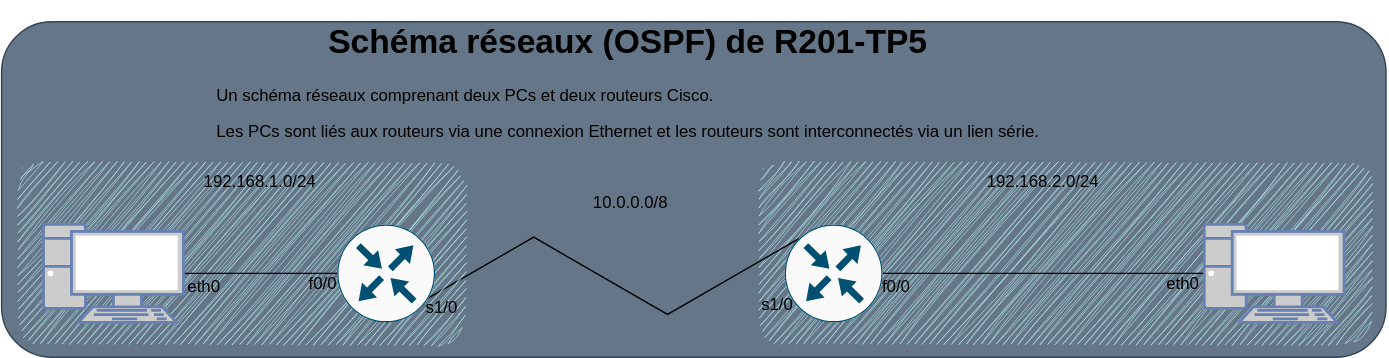
The draw.io diagram cours/modules/R201/R201-TP/R201-TP5/src/schema-ospf.drawio.svg in Keobook/import-cours-but-rt, before a commit. Source tidied: cells renumbered, new cells last; positions are measured from the earlier drawing's top-left corner, leaving out a move shared by most shapes.
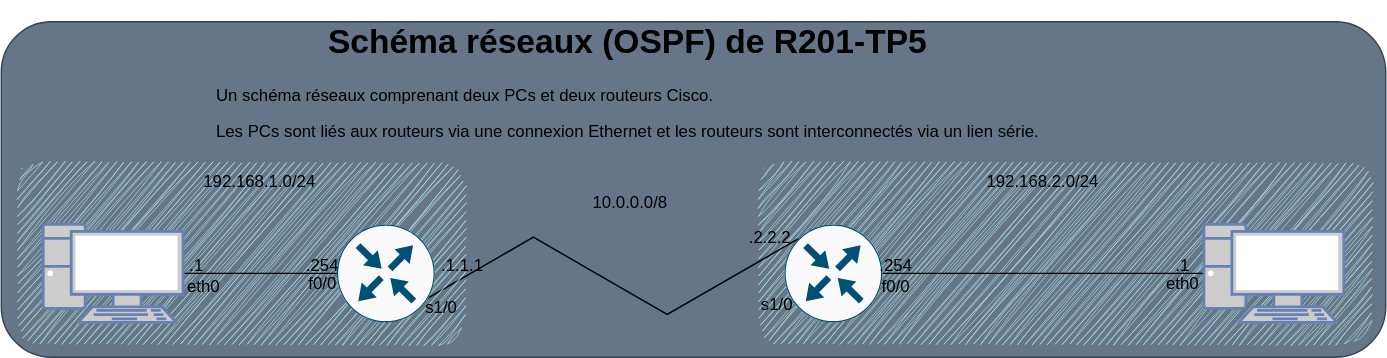
The same diagram one commit later.

Diff of the diagram source:
```diff
@@ -66,5 +66,23 @@
     <mxCell id="21" value="&lt;h1 style=&quot;text-align: center;&quot;&gt;Schéma réseaux (OSPF) de R201-TP5&lt;/h1&gt;&lt;p&gt;Un schéma réseaux comprenant deux PCs et deux routeurs Cisco.&lt;/p&gt;&lt;p&gt;Les PCs sont liés aux routeurs via une connexion Ethernet et les routeurs sont interconnectés via un lien série.&lt;/p&gt;" style="text;html=1;strokeColor=none;fillColor=none;spacing=5;spacingTop=-20;whiteSpace=wrap;overflow=hidden;rounded=0;" parent="1" vertex="1">
       <mxGeometry x="149" width="690" height="120" as="geometry" />
     </mxCell>
+    <mxCell id="22" value=".1" style="text;strokeColor=none;fillColor=none;html=1;align=center;verticalAlign=middle;whiteSpace=wrap;rounded=0;" parent="1" vertex="1">
+      <mxGeometry x="110" y="165" width="60" height="30" as="geometry" />
+    </mxCell>
+    <mxCell id="23" value=".254" style="text;strokeColor=none;fillColor=none;html=1;align=center;verticalAlign=middle;whiteSpace=wrap;rounded=0;" parent="1" vertex="1">
+      <mxGeometry x="200" y="165" width="60" height="30" as="geometry" />
+    </mxCell>
+    <mxCell id="24" value=".1.1.1" style="text;strokeColor=none;fillColor=none;html=1;align=center;verticalAlign=middle;whiteSpace=wrap;rounded=0;" parent="1" vertex="1">
+      <mxGeometry x="300" y="165" width="60" height="30" as="geometry" />
+    </mxCell>
+    <mxCell id="25" value=".2.2.2" style="text;strokeColor=none;fillColor=none;html=1;align=center;verticalAlign=middle;whiteSpace=wrap;rounded=0;" parent="1" vertex="1">
+      <mxGeometry x="520" y="145" width="60" height="30" as="geometry" />
+    </mxCell>
+    <mxCell id="26" value=".254" style="text;strokeColor=none;fillColor=none;html=1;align=center;verticalAlign=middle;whiteSpace=wrap;rounded=0;" parent="1" vertex="1">
+      <mxGeometry x="610" y="165" width="60" height="30" as="geometry" />
+    </mxCell>
+    <mxCell id="27" value=".1" style="text;strokeColor=none;fillColor=none;html=1;align=center;verticalAlign=middle;whiteSpace=wrap;rounded=0;" parent="1" vertex="1">
+      <mxGeometry x="815" y="165" width="60" height="30" as="geometry" />
+    </mxCell>
   </root>
 </mxGraphModel>
```
